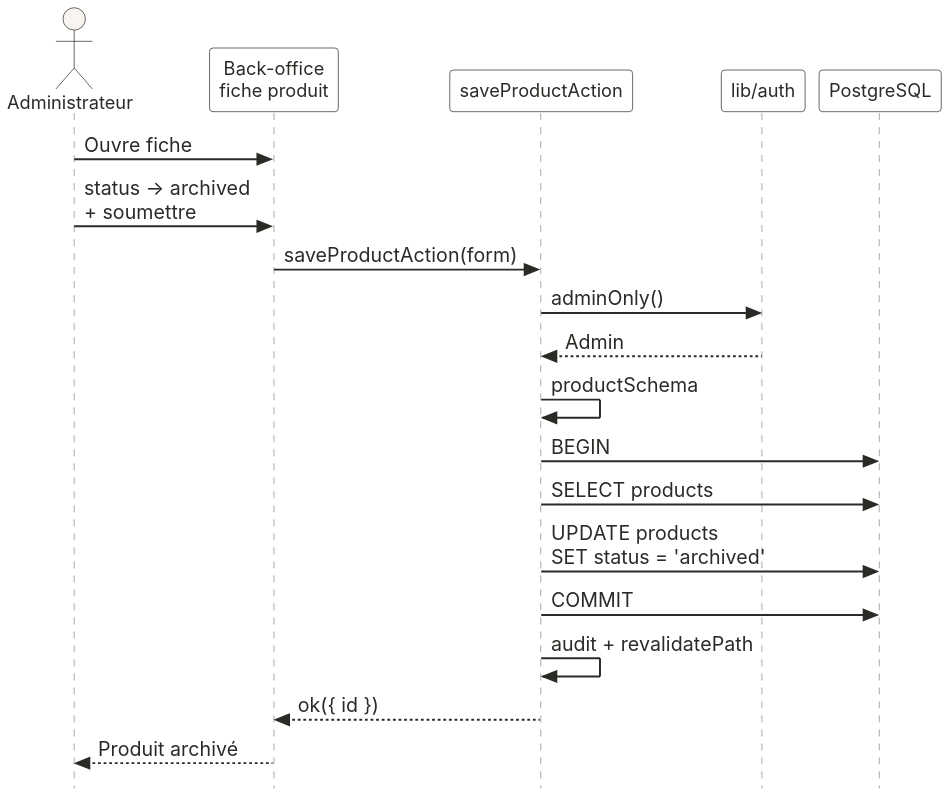
Before: diagrammes/CLEOPATRE_SEQUENCE_DIAGRAMS_PFE/CLEOPATRE_SEQUENCE_DIAGRAMS_PFE/06_ARCHIVAGE_PRODUIT/sequence_archivage_produit.svg, a diagram exported from PlantUML (nssm11/zeb).
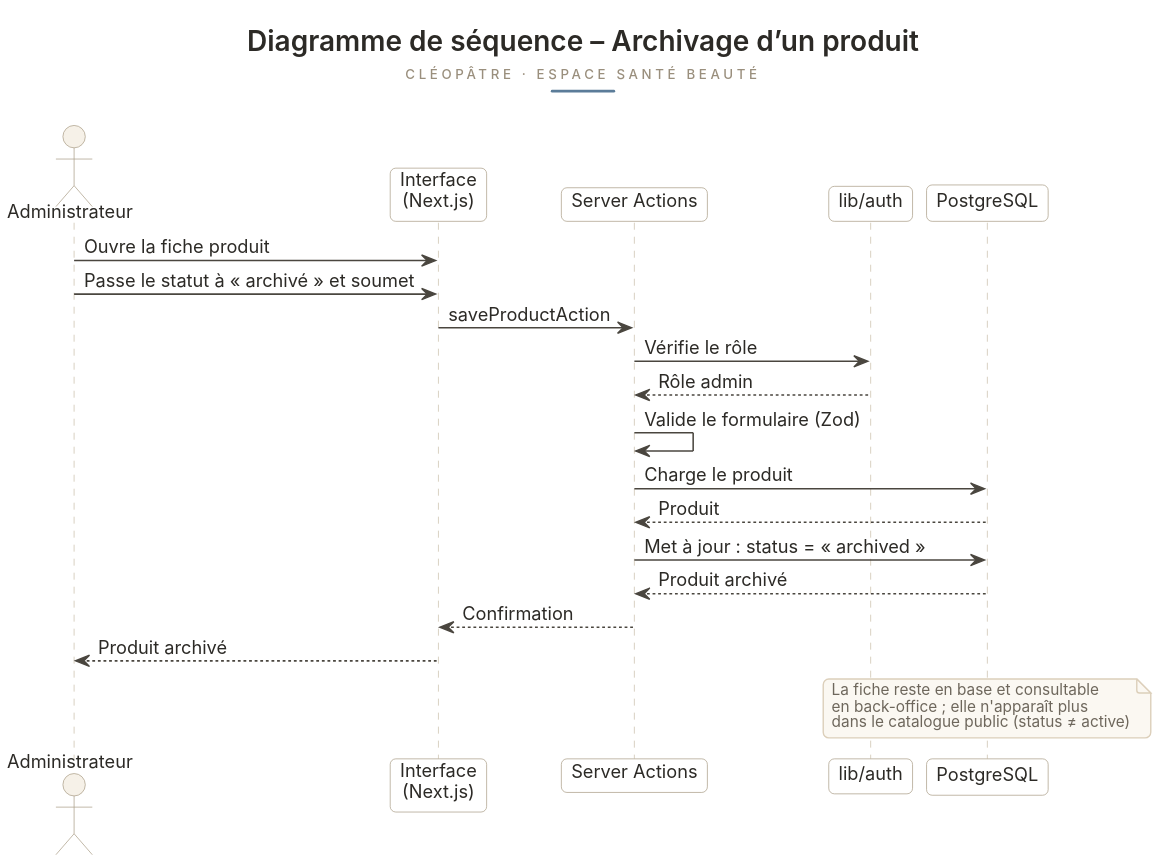
After the commit.

Change to the diagram source:
```diff
@@ -1,41 +1,115 @@
 @startuml
+skinparam shadowing false
 skinparam backgroundColor #FFFFFF
-skinparam shadowing false
 skinparam defaultFontName Inter
-skinparam defaultFontSize 14
+skinparam defaultFontSize 13
 skinparam defaultFontColor #2C2A26
-skinparam ActorBackgroundColor #F8F5F0
-skinparam ActorBorderColor #2C2A26
-skinparam ActorFontSize 13
-skinparam ParticipantBackgroundColor #FFFFFF
-skinparam ParticipantBorderColor #2C2A26
-skinparam ParticipantFontSize 13
-skinparam SequenceLifeLineBorderColor #8A857C
-skinparam SequenceArrowColor #2C2A26
-skinparam SequenceArrowThickness 1.4
-skinparam ActivationBackgroundColor #F0EBE3
-skinparam ActivationBorderColor #C9B896
-skinparam maxMessageSize 220
-skinparam style strictuml
+skinparam ArrowColor #55504A
+skinparam ArrowThickness 1.1
+skinparam RoundCorner 8
+skinparam classAttributeIconSize 0
+hide circle
+hide empty fields
+hide empty methods
+skinparam class {
+  BackgroundColor #FFFFFF
+  BorderColor #A89B85
+  BorderThickness 1
+  FontColor #2C2A26
+  FontStyle plain
+  FontSize 13
+  StereotypeFontColor #8A7E69
+  StereotypeFontStyle plain
+  AttributeFontColor #4A443A
+  AttributeFontSize 12
+  AttributeFontStyle plain
+  MethodFontSize 12
+  MethodFontColor #4A443A
+  MethodFontStyle plain
+  SeparatorColor #DCCFBA
+}
+skinparam enum {
+  BackgroundColor #FCFAF5
+  BorderColor #C9BCA4
+  BorderThickness 1
+  FontColor #2C2A26
+  FontStyle plain
+  EnumFontSize 12
+}
+skinparam interface {
+  BackgroundColor #FFFFFF
+  BorderColor #A89B85
+  BorderThickness 1
+}
+skinparam packageStyle rectangle
+skinparam package {
+  BackgroundColor #FAF7F1
+  BorderColor #DCCFBA
+  BorderThickness 1
+  FontColor #4A443A
+  FontSize 14
+  FontStyle plain
+}
+skinparam note {
+  BackgroundColor #FBF8F2
+  BorderColor #DCCFBA
+  FontColor #6E675C
+  FontSize 11
+  BorderThickness 1
+}
+skinparam sequence {
+  ArrowColor #4A463F
+  ArrowThickness 1.1
+  LifeLineBorderColor #C9BDA8
+  LifeLineBackgroundColor #FFFFFF
+  ParticipantBackgroundColor #FFFFFF
+  ParticipantBorderColor #A89B85
+  ParticipantFontColor #2C2A26
+  ParticipantFontSize 13
+  ParticipantFontStyle plain
+  ActorBackgroundColor #F6F1E8
+  ActorBorderColor #A89B85
+  ActorFontColor #2C2A26
+  ActorFontSize 13
+  GroupBackgroundColor #FAF7F1
+  GroupBorderColor #D5C7AE
+  GroupFontColor #4A443A
+  GroupHeaderFontSize 13
+  ActivationBackgroundColor #F2EDE3
+  ActivationBorderColor #C9BCA4
+  DividerBackgroundColor #F1EBDF
+  DividerBorderColor #D5C7AE
+  DividerFontColor #4A443A
+  DividerFontSize 13
+  MessageFontColor #3A352E
+  ResponseMessageFontColor #7A7263
+  BoxPadding 14
+  ParticipantPadding 22
+}
+
 
 actor "Administrateur" as Admin
-participant "Back-office\nfiche produit" as UI
-participant "saveProductAction" as SA
+participant "Interface\n(Next.js)" as UI
+participant "Server Actions" as SA
 participant "lib/auth" as Auth
 participant "PostgreSQL" as DB
 
-Admin -> UI : Ouvre fiche
-Admin -> UI : status → archived\n+ soumettre
-UI -> SA : saveProductAction(form)
+Admin -> UI : Ouvre la fiche produit
+Admin -> UI : Passe le statut à « archivé » et soumet
+UI -> SA : saveProductAction
+SA -> Auth : Vérifie le rôle
+Auth --> SA : Rôle admin
+SA -> SA : Valide le formulaire (Zod)
+SA -> DB : Charge le produit
+DB --> SA : Produit
+SA -> DB : Met à jour : status = « archived »
+DB --> SA : Produit archivé
+SA --> UI : Confirmation
+UI --> Admin : Produit archivé
 
-SA -> Auth : adminOnly()
-Auth --> SA : Admin
-SA -> SA : productSchema
-SA -> DB : BEGIN
-SA -> DB : SELECT products
-SA -> DB : UPDATE products\nSET status = 'archived'
-SA -> DB : COMMIT
-SA -> SA : audit + revalidatePath
-SA --> UI : ok({ id })
-UI --> Admin : Produit archivé
+note over DB
+  La fiche reste en base et consultable
+  en back-office ; elle n'apparaît plus
+  dans le catalogue public (status ≠ active)
+end note
 @enduml
```
